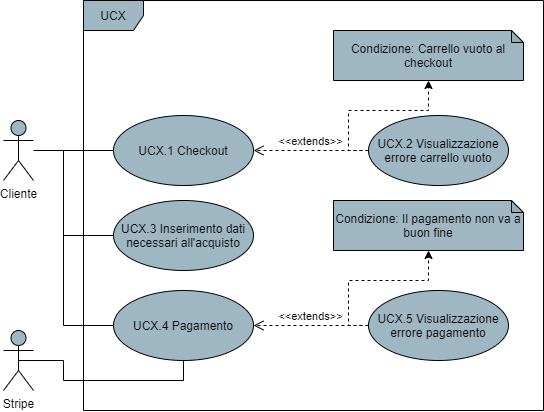
Before: DocumentazioneEsterna/AnalisiDeiRequisiti/res/UseCase/Immagini/AcquistoProdotti.png, a diagram exported from draw.io (Omicron-Team/Documentazione). Source tidied: cells renumbered, new cells last; positions are measured from the earlier drawing's top-left corner, leaving out a move shared by most shapes.
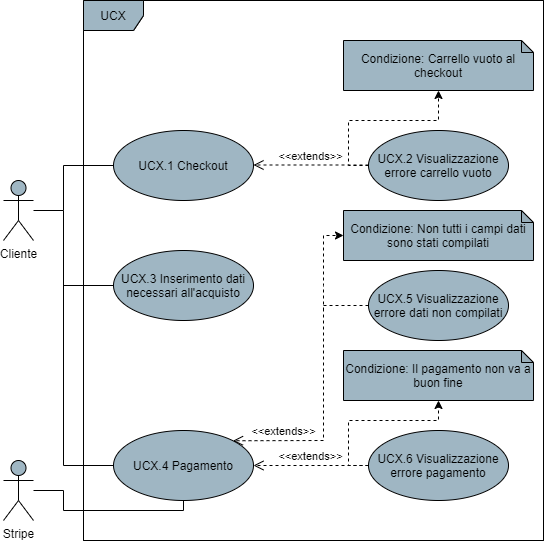
Above is the later version.

What changed in the source:
```diff
@@ -2,75 +2,64 @@
   <root>
     <mxCell id="0" />
     <mxCell id="1" parent="0" />
+    <mxCell id="20" value="UCX" style="shape=umlFrame;whiteSpace=wrap;html=1;fillColor=#9FB6C3;" parent="1" vertex="1">
+      <mxGeometry x="80" y="-130" width="460" height="540" as="geometry" />
+    </mxCell>
     <mxCell id="2" value="UCX" style="shape=umlFrame;whiteSpace=wrap;html=1;fillColor=#9FB6C3;" parent="1" vertex="1">
-      <mxGeometry x="80" width="460" height="410" as="geometry" />
+      <mxGeometry x="80" y="-130" width="460" height="540" as="geometry" />
     </mxCell>
-    <mxCell id="3" style="edgeStyle=orthogonalEdgeStyle;rounded=0;jettySize=auto;html=1;endArrow=none;endFill=0;" parent="1" edge="1" source="4" target="5">
-      <mxGeometry relative="1" as="geometry" />
+    <mxCell id="3" style="edgeStyle=orthogonalEdgeStyle;rounded=0;jettySize=auto;html=1;endArrow=none;endFill=0;entryX=0;entryY=0.5;entryDx=0;entryDy=0;" parent="1" edge="1" source="4" target="5">
+      <mxGeometry relative="1" as="geometry">
+        <Array as="points">
+          <mxPoint x="60" y="80" />
+          <mxPoint x="60" y="35" />
+        </Array>
+      </mxGeometry>
     </mxCell>
     <mxCell id="4" value="Cliente" style="shape=umlActor;verticalLabelPosition=bottom;verticalAlign=top;html=1;fillColor=#9FB6C3;" parent="1" vertex="1">
-      <mxGeometry y="120" width="30" height="60" as="geometry" />
+      <mxGeometry y="50" width="30" height="60" as="geometry" />
     </mxCell>
-    <mxCell id="5" value="UCX.1 Checkout" style="ellipse;whiteSpace=wrap;html=1;fillColor=#9FB6C3;" parent="1" vertex="1">
-      <mxGeometry x="110" y="115" width="140" height="70" as="geometry" />
-    </mxCell>
-    <mxCell id="6" style="edgeStyle=orthogonalEdgeStyle;rounded=0;jettySize=auto;html=1;dashed=1;exitX=0;exitY=0.5;exitDx=0;exitDy=0;" parent="1" edge="1" source="7" target="9">
-      <mxGeometry relative="1" as="geometry">
-        <Array as="points">
-          <mxPoint x="345" y="150" />
-          <mxPoint x="345" y="110" />
-          <mxPoint x="425" y="110" />
-        </Array>
-      </mxGeometry>
-    </mxCell>
-    <mxCell id="7" value="UCX.2 Visualizzazione errore carrello vuoto" style="ellipse;whiteSpace=wrap;html=1;fillColor=#9FB6C3;" parent="1" vertex="1">
-      <mxGeometry x="365" y="115" width="140" height="70" as="geometry" />
-    </mxCell>
-    <mxCell id="8" value="&amp;lt;&amp;lt;extends&amp;gt;&amp;gt;" style="html=1;verticalAlign=bottom;endArrow=open;dashed=1;endSize=8;entryX=1;entryY=0.5;entryDx=0;entryDy=0;" parent="1" edge="1" source="7" target="5">
-      <mxGeometry relative="1" as="geometry" />
-    </mxCell>
-    <mxCell id="9" value="Condizione: Carrello vuoto al checkout" style="shape=note;whiteSpace=wrap;html=1;backgroundOutline=1;darkOpacity=0.05;fillColor=#9FB6C3;size=12;" parent="1" vertex="1">
-      <mxGeometry x="330" y="30" width="190" height="50" as="geometry" />
-    </mxCell>
     <mxCell id="10" value="Condizione: Il pagamento non va a buon fine" style="shape=note;whiteSpace=wrap;html=1;backgroundOutline=1;darkOpacity=0.05;fillColor=#9FB6C3;size=12;" parent="1" vertex="1">
-      <mxGeometry x="330" y="200" width="190" height="50" as="geometry" />
+      <mxGeometry x="340" y="220" width="190" height="50" as="geometry" />
     </mxCell>
-    <mxCell id="11" value="UCX.5 Visualizzazione errore pagamento" style="ellipse;whiteSpace=wrap;html=1;fillColor=#9FB6C3;" parent="1" vertex="1">
-      <mxGeometry x="365" y="290" width="140" height="70" as="geometry" />
+    <mxCell id="11" value="UCX.6 Visualizzazione errore pagamento" style="ellipse;whiteSpace=wrap;html=1;fillColor=#9FB6C3;" parent="1" vertex="1">
+      <mxGeometry x="365" y="300" width="140" height="70" as="geometry" />
     </mxCell>
     <mxCell id="12" style="edgeStyle=none;rounded=0;jettySize=auto;html=1;exitX=0;exitY=0.5;exitDx=0;exitDy=0;startArrow=none;startFill=0;endArrow=none;endFill=0;" parent="1" edge="1" source="13">
       <mxGeometry relative="1" as="geometry">
-        <mxPoint x="60" y="235" as="targetPoint" />
+        <mxPoint x="60" y="155" as="targetPoint" />
       </mxGeometry>
     </mxCell>
     <mxCell id="13" value="UCX.3 Inserimento dati necessari all'acquisto" style="ellipse;whiteSpace=wrap;html=1;fillColor=#9FB6C3;" parent="1" vertex="1">
-      <mxGeometry x="110" y="200" width="140" height="70" as="geometry" />
+      <mxGeometry x="110" y="120" width="140" height="70" as="geometry" />
     </mxCell>
     <mxCell id="14" style="edgeStyle=orthogonalEdgeStyle;rounded=0;jettySize=auto;html=1;exitX=0;exitY=0.5;exitDx=0;exitDy=0;startArrow=none;startFill=0;endArrow=none;endFill=0;" parent="1" edge="1" source="15">
       <mxGeometry relative="1" as="geometry">
-        <mxPoint x="60" y="150" as="targetPoint" />
+        <mxPoint x="60" y="80" as="targetPoint" />
         <Array as="points">
-          <mxPoint x="60" y="325" />
+          <mxPoint x="60" y="335" />
         </Array>
       </mxGeometry>
     </mxCell>
     <mxCell id="15" value="UCX.4 Pagamento" style="ellipse;whiteSpace=wrap;html=1;fillColor=#9FB6C3;" parent="1" vertex="1">
-      <mxGeometry x="110" y="290" width="140" height="70" as="geometry" />
+      <mxGeometry x="110" y="300" width="140" height="70" as="geometry" />
     </mxCell>
     <mxCell id="16" value="&amp;lt;&amp;lt;extends&amp;gt;&amp;gt;" style="html=1;verticalAlign=bottom;endArrow=open;dashed=1;endSize=8;exitX=0;exitY=0.5;exitDx=0;exitDy=0;entryX=1;entryY=0.5;entryDx=0;entryDy=0;" parent="1" edge="1" source="11" target="15">
       <mxGeometry relative="1" as="geometry" />
     </mxCell>
-    <mxCell id="17" style="edgeStyle=orthogonalEdgeStyle;rounded=0;jettySize=auto;html=1;dashed=1;entryX=0.5;entryY=1;entryDx=0;entryDy=0;entryPerimeter=0;exitX=0;exitY=0.5;exitDx=0;exitDy=0;" parent="1" edge="1" source="11" target="10">
+    <mxCell id="17" style="edgeStyle=orthogonalEdgeStyle;rounded=0;jettySize=auto;html=1;dashed=1;exitX=0;exitY=0.5;exitDx=0;exitDy=0;" parent="1" edge="1" source="11">
       <mxGeometry relative="1" as="geometry">
+        <mxPoint x="435" y="270" as="targetPoint" />
         <Array as="points">
-          <mxPoint x="345" y="325" />
-          <mxPoint x="345" y="280" />
-          <mxPoint x="425" y="280" />
+          <mxPoint x="345" y="335" />
+          <mxPoint x="345" y="290" />
+          <mxPoint x="435" y="290" />
         </Array>
       </mxGeometry>
     </mxCell>
-    <mxCell id="18" style="rounded=0;jettySize=auto;html=1;exitX=0.5;exitY=0.5;exitDx=0;exitDy=0;exitPerimeter=0;entryX=0.5;entryY=1;entryDx=0;entryDy=0;startArrow=none;startFill=0;endArrow=none;endFill=0;edgeStyle=orthogonalEdgeStyle;" parent="1" edge="1" source="19" target="15">
+    <mxCell id="18" style="rounded=0;jettySize=auto;html=1;entryX=0.5;entryY=1;entryDx=0;entryDy=0;startArrow=none;startFill=0;endArrow=none;endFill=0;edgeStyle=orthogonalEdgeStyle;" parent="1" edge="1" target="15">
       <mxGeometry relative="1" as="geometry">
+        <mxPoint x="30" y="360" as="sourcePoint" />
         <Array as="points">
           <mxPoint x="60" y="360" />
           <mxPoint x="60" y="380" />
@@ -81,5 +70,52 @@
     <mxCell id="19" value="Stripe" style="shape=umlActor;verticalLabelPosition=bottom;verticalAlign=top;html=1;fillColor=#9FB6C3;" parent="1" vertex="1">
       <mxGeometry y="330" width="30" height="60" as="geometry" />
     </mxCell>
+    <mxCell id="6" style="edgeStyle=orthogonalEdgeStyle;rounded=0;jettySize=auto;html=1;dashed=1;exitX=0;exitY=0.5;exitDx=0;exitDy=0;" parent="1" edge="1" source="7" target="9">
+      <mxGeometry relative="1" as="geometry">
+        <Array as="points">
+          <mxPoint x="345" y="35" />
+          <mxPoint x="345" y="-10" />
+          <mxPoint x="435" y="-10" />
+        </Array>
+      </mxGeometry>
+    </mxCell>
+    <mxCell id="9" value="Condizione: Carrello vuoto al checkout" style="shape=note;whiteSpace=wrap;html=1;backgroundOutline=1;darkOpacity=0.05;fillColor=#9FB6C3;size=12;" parent="1" vertex="1">
+      <mxGeometry x="340" y="-90" width="190" height="50" as="geometry" />
+    </mxCell>
+    <mxCell id="21" value="&amp;lt;&amp;lt;extends&amp;gt;&amp;gt;" style="html=1;verticalAlign=bottom;endArrow=open;dashed=1;endSize=8;entryX=1;entryY=0;entryDx=0;entryDy=0;exitX=0;exitY=0.5;exitDx=0;exitDy=0;rounded=0;" parent="1" edge="1" source="23" target="15">
+      <mxGeometry x="0.63" relative="1" as="geometry">
+        <Array as="points">
+          <mxPoint x="320" y="175" />
+          <mxPoint x="320" y="310" />
+        </Array>
+      </mxGeometry>
+    </mxCell>
+    <mxCell id="5" value="UCX.1 Checkout" style="ellipse;whiteSpace=wrap;html=1;fillColor=#9FB6C3;" parent="1" vertex="1">
+      <mxGeometry x="110" width="140" height="70" as="geometry" />
+    </mxCell>
+    <mxCell id="7" value="UCX.2 Visualizzazione errore carrello vuoto" style="ellipse;whiteSpace=wrap;html=1;fillColor=#9FB6C3;" parent="1" vertex="1">
+      <mxGeometry x="365" width="140" height="70" as="geometry" />
+    </mxCell>
+    <mxCell id="8" value="&amp;lt;&amp;lt;extends&amp;gt;&amp;gt;" style="html=1;verticalAlign=bottom;endArrow=open;dashed=1;endSize=8;entryX=1;entryY=0.5;entryDx=0;entryDy=0;" parent="1" edge="1">
+      <mxGeometry relative="1" as="geometry">
+        <mxPoint x="365" y="34.5" as="sourcePoint" />
+        <mxPoint x="250" y="34.5" as="targetPoint" />
+      </mxGeometry>
+    </mxCell>
+    <mxCell id="22" value="Condizione: Non tutti i campi dati sono stati compilati" style="shape=note;whiteSpace=wrap;html=1;backgroundOutline=1;darkOpacity=0.05;fillColor=#9FB6C3;size=12;" parent="1" vertex="1">
+      <mxGeometry x="340" y="80" width="190" height="50" as="geometry" />
+    </mxCell>
+    <mxCell id="23" value="UCX.5 Visualizzazione errore dati non compilati" style="ellipse;whiteSpace=wrap;html=1;fillColor=#9FB6C3;" parent="1" vertex="1">
+      <mxGeometry x="365" y="140" width="140" height="70" as="geometry" />
+    </mxCell>
+    <mxCell id="24" style="edgeStyle=orthogonalEdgeStyle;rounded=0;jettySize=auto;html=1;dashed=1;entryX=0;entryY=0.5;entryDx=0;entryDy=0;entryPerimeter=0;" parent="1" edge="1" target="22">
+      <mxGeometry relative="1" as="geometry">
+        <mxPoint x="320" y="180" as="sourcePoint" />
+        <Array as="points">
+          <mxPoint x="320" y="155" />
+          <mxPoint x="320" y="105" />
+        </Array>
+      </mxGeometry>
+    </mxCell>
   </root>
 </mxGraphModel>
```
